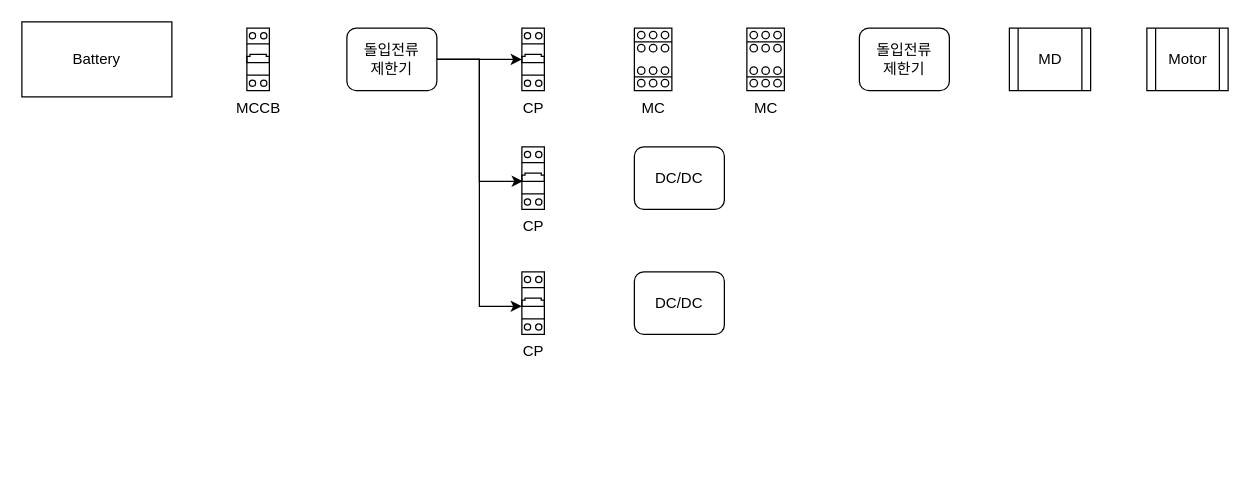
Above: 제목 없는 다이어그램.drawio in DJKabigon/DrawIO_public (draw.io), before the change. Source tidied: cells renumbered, new cells numbered last; positions are measured from the earlier drawing's top-left corner, leaving out a move shared by most shapes. Both pictures are drawn from the tidied source at 125%, with x=0, y=0 at pixel (21, 21).
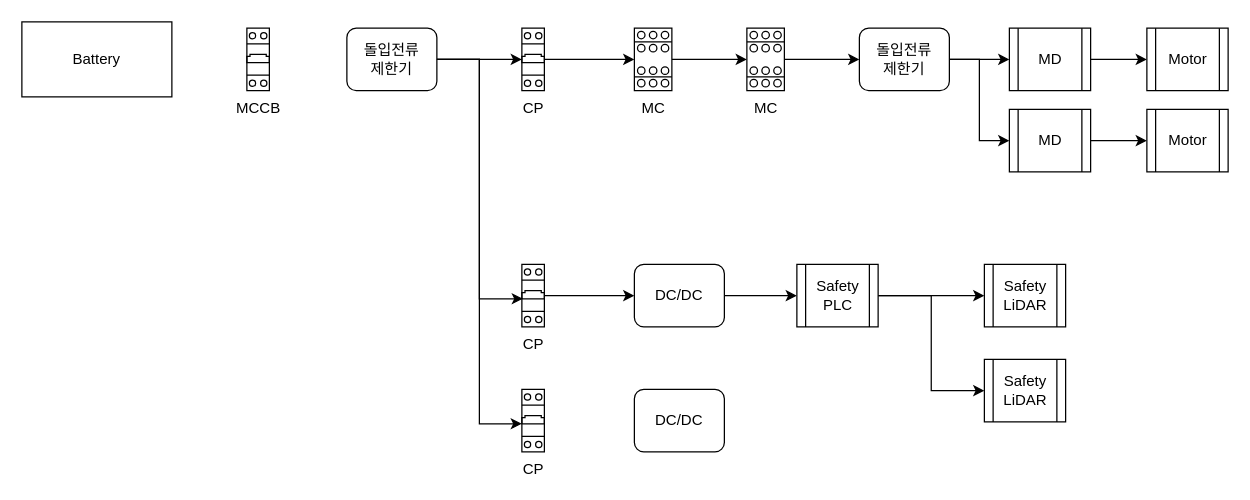
The same diagram, later.

Commit message (it also covers changes not shown here):
제목 없는 다이어그램.drawio 업데이트

The change refers to these unchanged cells:
```xml
<mxCell id="6" value="CP" style="verticalLabelPosition=bottom;dashed=0;shadow=0;html=1;align=center;verticalAlign=top;shape=mxgraph.cabinets.cb_2p;" parent="1" vertex="1">
  <mxGeometry x="400" y="5" width="18" height="50" as="geometry" />
</mxCell>
<mxCell id="13" value="MC" style="verticalLabelPosition=bottom;dashed=0;shadow=0;html=1;align=center;verticalAlign=top;shape=mxgraph.cabinets.contactor_32_125a;" parent="1" vertex="1">
  <mxGeometry x="490" y="5" width="30" height="50" as="geometry" />
</mxCell>
<mxCell id="14" value="MC" style="verticalLabelPosition=bottom;dashed=0;shadow=0;html=1;align=center;verticalAlign=top;shape=mxgraph.cabinets.contactor_32_125a;" parent="1" vertex="1">
  <mxGeometry x="580" y="5" width="30" height="50" as="geometry" />
</mxCell>
<mxCell id="15" value="돌입전류&lt;div&gt;제한기&lt;/div&gt;" style="rounded=1;whiteSpace=wrap;html=1;" parent="1" vertex="1">
  <mxGeometry x="670" y="5" width="72" height="50" as="geometry" />
</mxCell>
<mxCell id="16" value="MD" style="shape=process;whiteSpace=wrap;html=1;backgroundOutline=1;" parent="1" vertex="1">
  <mxGeometry x="790" y="5" width="65" height="50" as="geometry" />
</mxCell>
<mxCell id="17" value="Motor" style="shape=process;whiteSpace=wrap;html=1;backgroundOutline=1;" parent="1" vertex="1">
  <mxGeometry x="900" y="5" width="65" height="50" as="geometry" />
</mxCell>
```

The edit, as a diff of the source:
```diff
@@
+    <mxCell id="18" style="edgeStyle=orthogonalEdgeStyle;rounded=0;jettySize=auto;html=1;" parent="1" edge="1" source="6" target="13">
+      <mxGeometry relative="1" as="geometry" />
+    </mxCell>
@@
+    <mxCell id="19" style="edgeStyle=orthogonalEdgeStyle;rounded=0;jettySize=auto;html=1;" parent="1" edge="1" source="7" target="31">
+      <mxGeometry relative="1" as="geometry" />
+    </mxCell>
     <mxCell id="7" value="DC/DC" style="rounded=1;whiteSpace=wrap;html=1;" parent="1" vertex="1">
-      <mxGeometry x="490" y="100" width="72" height="50" as="geometry" />
+      <mxGeometry x="490" y="194" width="72" height="50" as="geometry" />
     </mxCell>
+    <mxCell id="20" style="edgeStyle=orthogonalEdgeStyle;rounded=0;jettySize=auto;html=1;" parent="1" edge="1" source="8" target="7">
+      <mxGeometry relative="1" as="geometry" />
+    </mxCell>
     <mxCell id="8" value="CP" style="verticalLabelPosition=bottom;dashed=0;shadow=0;html=1;align=center;verticalAlign=top;shape=mxgraph.cabinets.cb_2p;" parent="1" vertex="1">
-      <mxGeometry x="400" y="100" width="18" height="50" as="geometry" />
+      <mxGeometry x="400" y="194" width="18" height="50" as="geometry" />
     </mxCell>
     <mxCell id="9" value="DC/DC" style="rounded=1;whiteSpace=wrap;html=1;" parent="1" vertex="1">
-      <mxGeometry x="490" y="200" width="72" height="50" as="geometry" />
+      <mxGeometry x="490" y="294" width="72" height="50" as="geometry" />
     </mxCell>
     <mxCell id="10" value="CP" style="verticalLabelPosition=bottom;dashed=0;shadow=0;html=1;align=center;verticalAlign=top;shape=mxgraph.cabinets.cb_2p;" parent="1" vertex="1">
-      <mxGeometry x="400" y="200" width="18" height="50" as="geometry" />
+      <mxGeometry x="400" y="294" width="18" height="50" as="geometry" />
     </mxCell>
@@
+    <mxCell id="21" style="edgeStyle=orthogonalEdgeStyle;rounded=0;jettySize=auto;html=1;" parent="1" edge="1" source="13" target="14">
+      <mxGeometry relative="1" as="geometry" />
+    </mxCell>
@@
+    <mxCell id="22" style="edgeStyle=orthogonalEdgeStyle;rounded=0;jettySize=auto;html=1;" parent="1" edge="1" source="14" target="15">
+      <mxGeometry relative="1" as="geometry" />
+    </mxCell>
@@
+    <mxCell id="23" style="edgeStyle=orthogonalEdgeStyle;rounded=0;jettySize=auto;html=1;" parent="1" edge="1" source="15" target="16">
+      <mxGeometry relative="1" as="geometry" />
+    </mxCell>
+    <mxCell id="24" style="edgeStyle=orthogonalEdgeStyle;rounded=0;jettySize=auto;html=1;exitX=1;exitY=0.5;exitDx=0;exitDy=0;entryX=0;entryY=0.5;entryDx=0;entryDy=0;" parent="1" edge="1" source="15" target="27">
+      <mxGeometry relative="1" as="geometry" />
+    </mxCell>
@@
+    <mxCell id="25" style="edgeStyle=orthogonalEdgeStyle;rounded=0;jettySize=auto;html=1;" parent="1" edge="1" source="16" target="17">
+      <mxGeometry relative="1" as="geometry" />
+    </mxCell>
@@
+    <mxCell id="26" style="edgeStyle=orthogonalEdgeStyle;rounded=0;jettySize=auto;html=1;" parent="1" edge="1" source="27" target="28">
+      <mxGeometry relative="1" as="geometry" />
+    </mxCell>
+    <mxCell id="27" value="MD" style="shape=process;whiteSpace=wrap;html=1;backgroundOutline=1;" parent="1" vertex="1">
+      <mxGeometry x="790" y="70" width="65" height="50" as="geometry" />
+    </mxCell>
+    <mxCell id="28" value="Motor" style="shape=process;whiteSpace=wrap;html=1;backgroundOutline=1;" parent="1" vertex="1">
+      <mxGeometry x="900" y="70" width="65" height="50" as="geometry" />
+    </mxCell>
+    <mxCell id="29" style="edgeStyle=orthogonalEdgeStyle;rounded=0;jettySize=auto;html=1;" parent="1" edge="1" source="31" target="32">
+      <mxGeometry relative="1" as="geometry" />
+    </mxCell>
+    <mxCell id="30" style="edgeStyle=orthogonalEdgeStyle;rounded=0;jettySize=auto;html=1;exitX=1;exitY=0.5;exitDx=0;exitDy=0;entryX=0;entryY=0.5;entryDx=0;entryDy=0;" parent="1" edge="1" source="31" target="33">
+      <mxGeometry relative="1" as="geometry" />
+    </mxCell>
+    <mxCell id="31" value="Safety&lt;br&gt;PLC" style="shape=process;whiteSpace=wrap;html=1;backgroundOutline=1;" parent="1" vertex="1">
+      <mxGeometry x="620" y="194" width="65" height="50" as="geometry" />
+    </mxCell>
+    <mxCell id="32" value="Safety&lt;br&gt;LiDAR" style="shape=process;whiteSpace=wrap;html=1;backgroundOutline=1;" parent="1" vertex="1">
+      <mxGeometry x="770" y="194" width="65" height="50" as="geometry" />
+    </mxCell>
+    <mxCell id="33" value="Safety&lt;br&gt;LiDAR" style="shape=process;whiteSpace=wrap;html=1;backgroundOutline=1;" parent="1" vertex="1">
+      <mxGeometry x="770" y="270" width="65" height="50" as="geometry" />
+    </mxCell>
```
